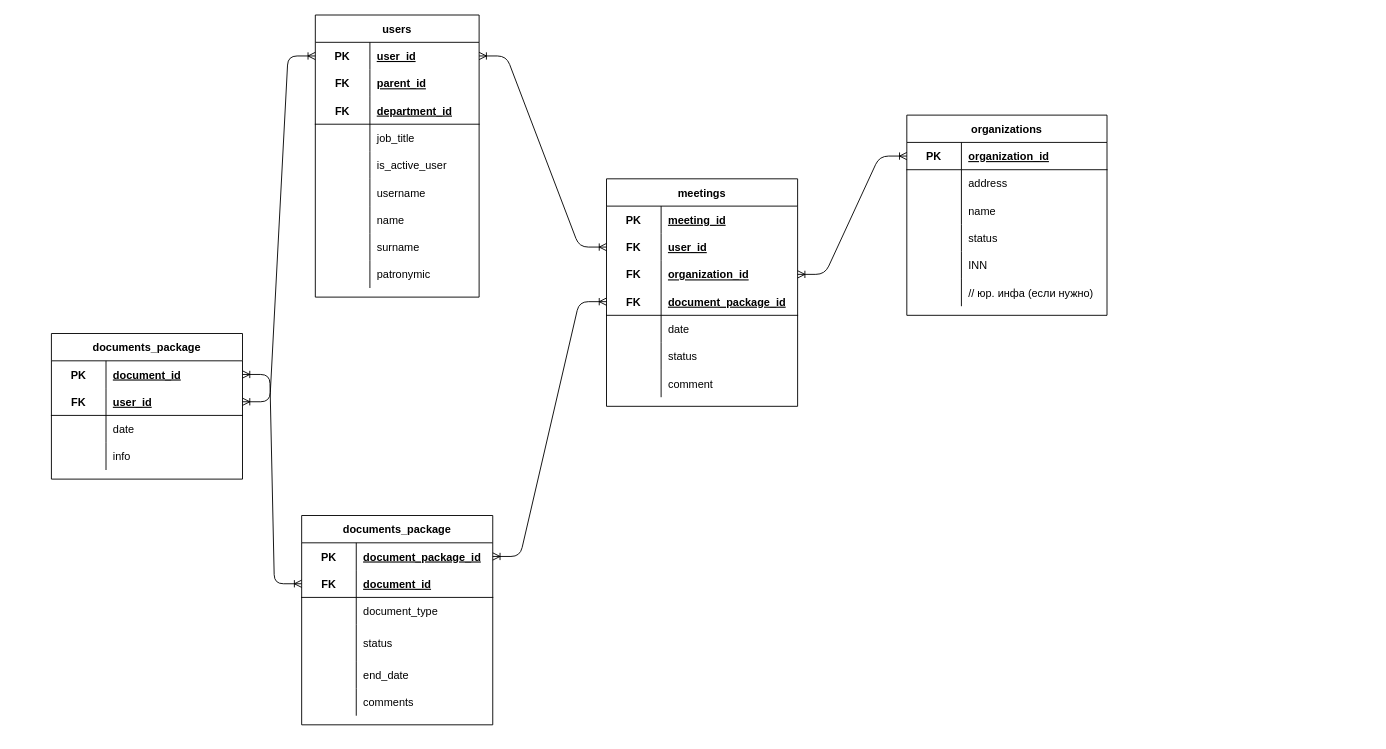
Above: medical_comission.drawio in Spec163/medical_app (draw.io), before the change. Source tidied: cells renumbered, new cells numbered last; positions are measured from the earlier drawing's top-left corner, leaving out a move shared by most shapes. Both pictures are drawn from the tidied source at 91%, with x=0, y=0 at pixel (51, 15).
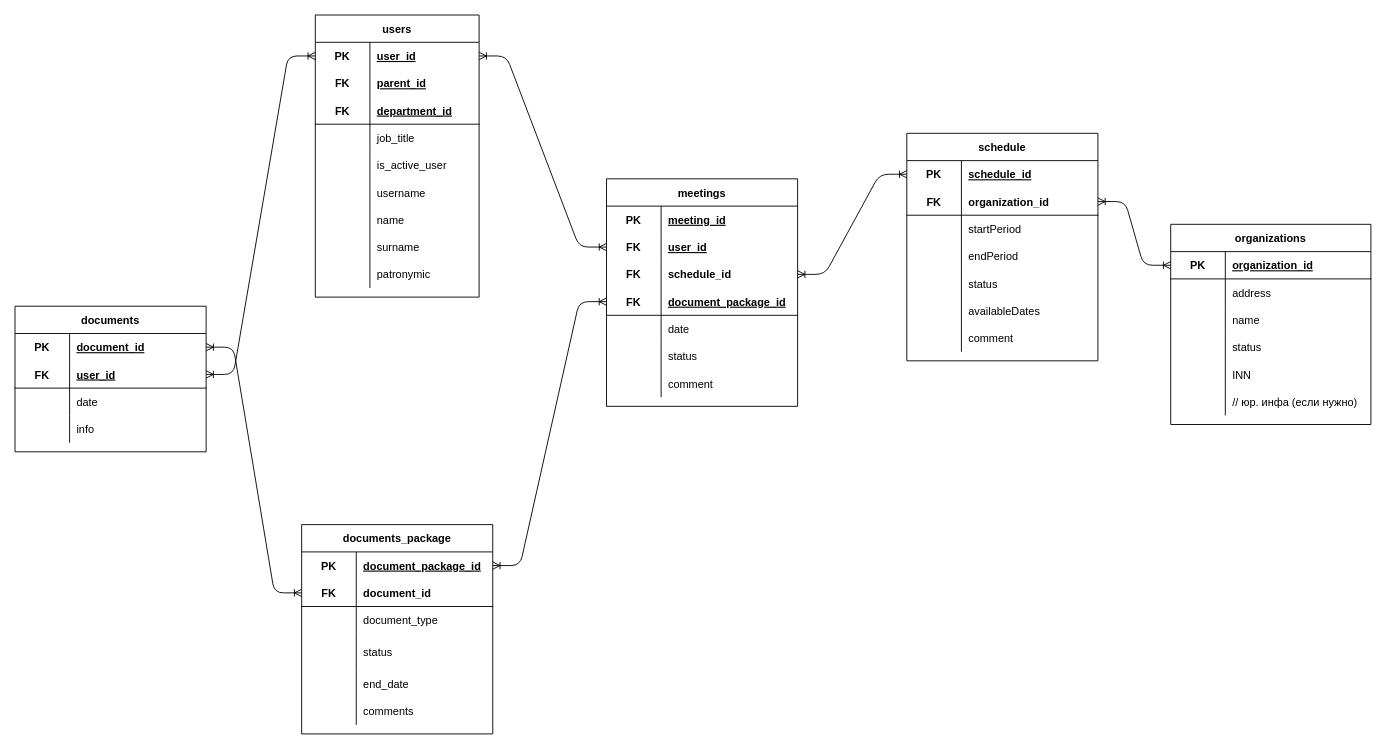
The same diagram, later.

The change refers to these unchanged cells:
```xml
<mxCell id="30" value="meetings" style="shape=table;startSize=30;childLayout=tableLayout;rowLines=0;fontStyle=1;align=center;" parent="1" vertex="1">
  <mxGeometry x="610" y="180" width="210" height="250" as="geometry" />
</mxCell>
<mxCell id="53" style="shape=partialRectangle;fillColor=none;top=0;left=0;bottom=1;right=0;points=[[0,0.5],[1,0.5]];portConstraint=eastwest;" parent="52" vertex="1">
  <mxGeometry y="30" width="220" height="30" as="geometry" />
</mxCell>
<mxCell id="75" style="shape=partialRectangle;fillColor=none;top=0;left=0;bottom=1;right=0;points=[[0,0.5],[1,0.5]];portConstraint=eastwest;" parent="71" vertex="1">
  <mxGeometry y="60" width="210" height="30" as="geometry" />
</mxCell>
```

Change to the diagram source:
```diff
@@
-    <mxCell id="37" style="shape=partialRectangle;fillColor=none;top=0;left=0;bottom=0;right=0;points=[[0,0.5],[1,0.5]];portConstraint=eastwest;" parent="30" vertex="1">
-      <mxGeometry y="90" width="210" height="30" as="geometry" />
-    </mxCell>
-    <mxCell id="38" value="FK" style="shape=partialRectangle;fillColor=none;top=0;left=0;bottom=0;right=0;fontStyle=1;overflow=hidden;" parent="37" vertex="1">
-      <mxGeometry width="60" height="30" as="geometry" />
-    </mxCell>
-    <mxCell id="39" value="organization_id" style="shape=partialRectangle;fillColor=none;top=0;left=0;bottom=0;right=0;align=left;spacingLeft=6;fontStyle=5;overflow=hidden;" parent="37" vertex="1">
-      <mxGeometry x="60" width="150" height="30" as="geometry" />
-    </mxCell>
+    <mxCell id="108" style="shape=partialRectangle;fillColor=none;top=0;left=0;bottom=0;right=0;points=[[0,0.5],[1,0.5]];portConstraint=eastwest;" parent="30" vertex="1">
+      <mxGeometry y="90" width="210" height="30" as="geometry" />
+    </mxCell>
+    <mxCell id="109" value="FK" style="shape=partialRectangle;fillColor=none;top=0;left=0;bottom=0;right=0;fontStyle=1;overflow=hidden;" parent="108" vertex="1">
+      <mxGeometry width="60" height="30" as="geometry" />
+    </mxCell>
+    <mxCell id="110" value="schedule_id" style="shape=partialRectangle;fillColor=none;top=0;left=0;bottom=0;right=0;align=left;spacingLeft=6;fontStyle=1;overflow=hidden;" parent="108" vertex="1">
+      <mxGeometry x="60" width="150" height="30" as="geometry" />
+    </mxCell>
@@
-    <mxCell id="46" style="shape=partialRectangle;fillColor=none;top=0;left=0;bottom=0;right=0;" parent="30" vertex="1">
-      <mxGeometry y="180" width="210" height="30" as="geometry" />
-    </mxCell>
-    <mxCell id="47" style="shape=partialRectangle;fillColor=none;top=0;left=0;bottom=0;right=0;overflow=hidden;" parent="46" vertex="1">
-      <mxGeometry width="60" height="30" as="geometry" />
-    </mxCell>
-    <mxCell id="48" value="status" style="shape=partialRectangle;fillColor=none;top=0;left=0;bottom=0;right=0;align=left;spacingLeft=6;overflow=hidden;" parent="46" vertex="1">
-      <mxGeometry x="60" width="150" height="30" as="geometry" />
-    </mxCell>
+    <mxCell id="111" style="shape=partialRectangle;fillColor=none;top=0;left=0;bottom=0;right=0;" parent="30" vertex="1">
+      <mxGeometry y="180" width="210" height="30" as="geometry" />
+    </mxCell>
+    <mxCell id="112" style="shape=partialRectangle;fillColor=none;top=0;left=0;bottom=0;right=0;overflow=hidden;" parent="111" vertex="1">
+      <mxGeometry width="60" height="30" as="geometry" />
+    </mxCell>
+    <mxCell id="113" value="status" style="shape=partialRectangle;fillColor=none;top=0;left=0;bottom=0;right=0;align=left;spacingLeft=6;overflow=hidden;" parent="111" vertex="1">
+      <mxGeometry x="60" width="150" height="30" as="geometry" />
+    </mxCell>
@@
     <mxCell id="52" value="organizations" style="shape=table;startSize=30;childLayout=tableLayout;rowLines=0;fontStyle=1;align=center;" parent="1" vertex="1">
-      <mxGeometry x="940" y="110" width="220" height="220" as="geometry" />
+      <mxGeometry x="1230" y="230" width="220" height="220" as="geometry" />
     </mxCell>
@@
     <mxCell id="71" value="documents_package" style="shape=table;startSize=30;childLayout=tableLayout;rowLines=0;fontStyle=1;align=center;" parent="1" vertex="1">
-      <mxGeometry x="275" y="550" width="210" height="230" as="geometry" />
+      <mxGeometry x="275" y="560" width="210" height="230" as="geometry" />
     </mxCell>
@@
-    <mxCell id="77" value="document_id" style="shape=partialRectangle;fillColor=none;top=0;left=0;bottom=0;right=0;align=left;spacingLeft=6;fontStyle=5;overflow=hidden;" parent="75" vertex="1">
+    <mxCell id="77" value="document_id" style="shape=partialRectangle;fillColor=none;top=0;left=0;bottom=0;right=0;align=left;spacingLeft=6;fontStyle=1;overflow=hidden;" parent="75" vertex="1">
       <mxGeometry x="60" width="150" height="30" as="geometry" />
     </mxCell>
@@
-    <mxCell id="90" value="documents_package" style="shape=table;startSize=30;childLayout=tableLayout;rowLines=0;fontStyle=1;align=center;" parent="1" vertex="1">
-      <mxGeometry y="350" width="210" height="160" as="geometry" />
+    <mxCell id="90" value="documents" style="shape=table;startSize=30;childLayout=tableLayout;rowLines=0;fontStyle=1;align=center;" parent="1" vertex="1">
+      <mxGeometry x="-40" y="320" width="210" height="160" as="geometry" />
     </mxCell>
@@
-    <mxCell id="105" style="edgeStyle=entityRelationEdgeStyle;fontSize=12;html=1;endArrow=ERoneToMany;startArrow=ERoneToMany;" parent="1" edge="1" source="37" target="53">
+    <mxCell id="105" style="edgeStyle=entityRelationEdgeStyle;fontSize=12;html=1;endArrow=ERoneToMany;startArrow=ERoneToMany;" parent="1" edge="1" source="118" target="53">
       <mxGeometry relative="1" as="geometry" />
     </mxCell>
@@
+    <mxCell id="114" value="schedule" style="shape=table;startSize=30;childLayout=tableLayout;rowLines=0;fontStyle=1;align=center;" parent="1" vertex="1">
+      <mxGeometry x="940" y="130" width="210" height="250" as="geometry" />
+    </mxCell>
+    <mxCell id="115" style="shape=partialRectangle;fillColor=none;top=0;left=0;bottom=0;right=0;points=[[0,0.5],[1,0.5]];portConstraint=eastwest;" parent="114" vertex="1">
+      <mxGeometry y="30" width="210" height="30" as="geometry" />
+    </mxCell>
+    <mxCell id="116" value="PK" style="shape=partialRectangle;fillColor=none;top=0;left=0;bottom=0;right=0;fontStyle=1;overflow=hidden;" parent="115" vertex="1">
+      <mxGeometry width="60" height="30" as="geometry" />
+    </mxCell>
+    <mxCell id="117" value="schedule_id" style="shape=partialRectangle;fillColor=none;top=0;left=0;bottom=0;right=0;align=left;spacingLeft=6;fontStyle=5;overflow=hidden;" parent="115" vertex="1">
+      <mxGeometry x="60" width="150" height="30" as="geometry" />
+    </mxCell>
+    <mxCell id="118" style="shape=partialRectangle;fillColor=none;top=0;left=0;bottom=1;right=0;points=[[0,0.5],[1,0.5]];portConstraint=eastwest;" parent="114" vertex="1">
+      <mxGeometry y="60" width="210" height="30" as="geometry" />
+    </mxCell>
+    <mxCell id="119" value="FK" style="shape=partialRectangle;fillColor=none;top=0;left=0;bottom=0;right=0;fontStyle=1;overflow=hidden;" parent="118" vertex="1">
+      <mxGeometry width="60" height="30" as="geometry" />
+    </mxCell>
+    <mxCell id="39" value="organization_id" style="shape=partialRectangle;fillColor=none;top=0;left=0;bottom=0;right=0;align=left;spacingLeft=6;fontStyle=1;overflow=hidden;" parent="118" vertex="1">
+      <mxGeometry x="60" width="150" height="30" as="geometry" />
+    </mxCell>
+    <mxCell id="120" style="shape=partialRectangle;fillColor=none;top=0;left=0;bottom=0;right=0;" parent="114" vertex="1">
+      <mxGeometry y="90" width="210" height="30" as="geometry" />
+    </mxCell>
+    <mxCell id="121" style="shape=partialRectangle;fillColor=none;top=0;left=0;bottom=0;right=0;overflow=hidden;" parent="120" vertex="1">
+      <mxGeometry width="60" height="30" as="geometry" />
+    </mxCell>
+    <mxCell id="122" value="startPeriod" style="shape=partialRectangle;fillColor=none;top=0;left=0;bottom=0;right=0;align=left;spacingLeft=6;overflow=hidden;" parent="120" vertex="1">
+      <mxGeometry x="60" width="150" height="30" as="geometry" />
+    </mxCell>
+    <mxCell id="123" style="shape=partialRectangle;fillColor=none;top=0;left=0;bottom=0;right=0;" parent="114" vertex="1">
+      <mxGeometry y="120" width="210" height="30" as="geometry" />
+    </mxCell>
+    <mxCell id="124" style="shape=partialRectangle;fillColor=none;top=0;left=0;bottom=0;right=0;overflow=hidden;" parent="123" vertex="1">
+      <mxGeometry width="60" height="30" as="geometry" />
+    </mxCell>
+    <mxCell id="125" value="endPeriod" style="shape=partialRectangle;fillColor=none;top=0;left=0;bottom=0;right=0;align=left;spacingLeft=6;overflow=hidden;" parent="123" vertex="1">
+      <mxGeometry x="60" width="150" height="30" as="geometry" />
+    </mxCell>
+    <mxCell id="126" style="shape=partialRectangle;fillColor=none;top=0;left=0;bottom=0;right=0;" parent="114" vertex="1">
+      <mxGeometry y="150" width="210" height="30" as="geometry" />
+    </mxCell>
+    <mxCell id="127" style="shape=partialRectangle;fillColor=none;top=0;left=0;bottom=0;right=0;overflow=hidden;" parent="126" vertex="1">
+      <mxGeometry width="60" height="30" as="geometry" />
+    </mxCell>
+    <mxCell id="128" value="status" style="shape=partialRectangle;fillColor=none;top=0;left=0;bottom=0;right=0;align=left;spacingLeft=6;overflow=hidden;" parent="126" vertex="1">
+      <mxGeometry x="60" width="150" height="30" as="geometry" />
+    </mxCell>
+    <mxCell id="129" style="shape=partialRectangle;fillColor=none;top=0;left=0;bottom=0;right=0;" parent="114" vertex="1">
+      <mxGeometry y="180" width="210" height="30" as="geometry" />
+    </mxCell>
+    <mxCell id="130" style="shape=partialRectangle;fillColor=none;top=0;left=0;bottom=0;right=0;overflow=hidden;" parent="129" vertex="1">
+      <mxGeometry width="60" height="30" as="geometry" />
+    </mxCell>
+    <mxCell id="131" value="availableDates" style="shape=partialRectangle;fillColor=none;top=0;left=0;bottom=0;right=0;align=left;spacingLeft=6;overflow=hidden;" parent="129" vertex="1">
+      <mxGeometry x="60" width="150" height="30" as="geometry" />
+    </mxCell>
+    <mxCell id="132" style="shape=partialRectangle;fillColor=none;top=0;left=0;bottom=0;right=0;" parent="114" vertex="1">
+      <mxGeometry y="210" width="210" height="30" as="geometry" />
+    </mxCell>
+    <mxCell id="133" style="shape=partialRectangle;fillColor=none;top=0;left=0;bottom=0;right=0;overflow=hidden;" parent="132" vertex="1">
+      <mxGeometry width="60" height="30" as="geometry" />
+    </mxCell>
+    <mxCell id="134" value="comment" style="shape=partialRectangle;fillColor=none;top=0;left=0;bottom=0;right=0;align=left;spacingLeft=6;overflow=hidden;" parent="132" vertex="1">
+      <mxGeometry x="60" width="150" height="30" as="geometry" />
+    </mxCell>
+    <mxCell id="135" style="edgeStyle=entityRelationEdgeStyle;fontSize=12;html=1;endArrow=ERoneToMany;startArrow=ERoneToMany;" parent="1" edge="1" source="108" target="115">
+      <mxGeometry relative="1" as="geometry" />
+    </mxCell>
```
